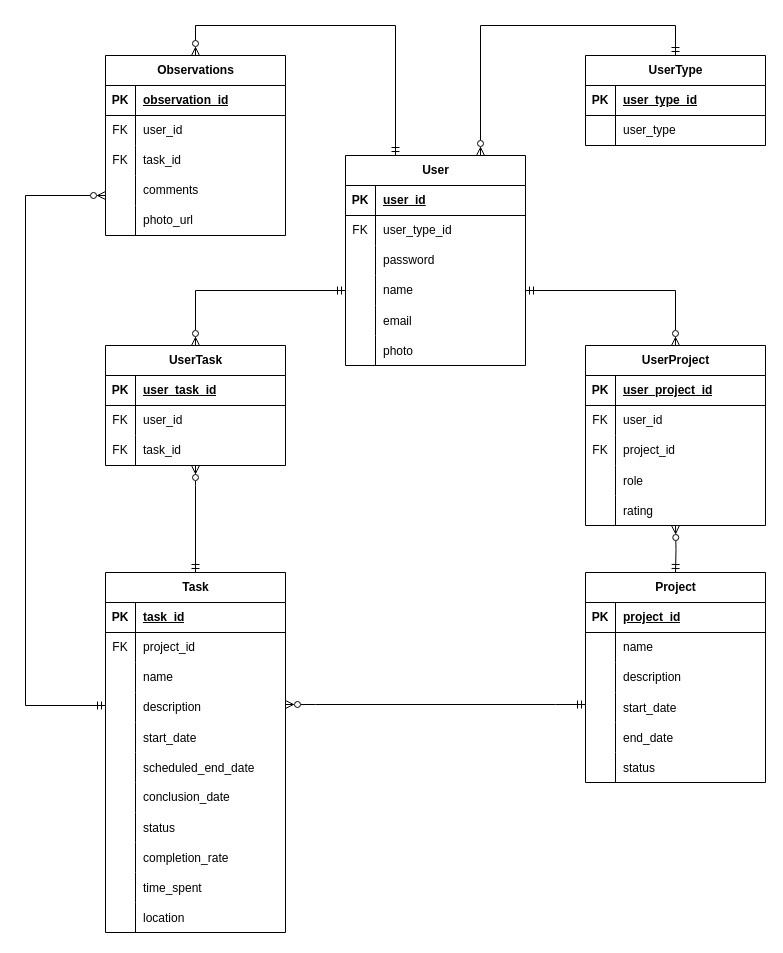
Earlier version of the draw.io diagram docs/ER Diagram.drawio (vitorhmina/TaskMaster-API). Source tidied: cells renumbered, new cells numbered last; positions are measured from the earlier drawing's top-left corner, leaving out a move shared by most shapes. Both pictures are drawn from the tidied source at 100%, with x=0, y=0 at pixel (25, 25).
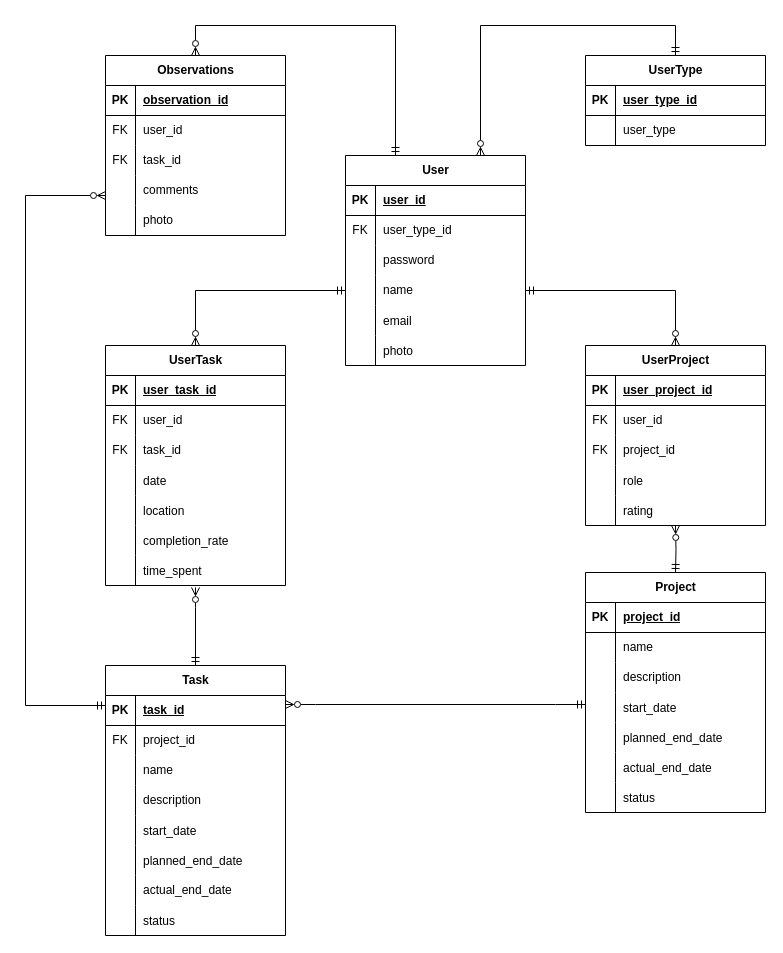
Above is the later version.

Unchanged cells that the change refers to:
```xml
<mxCell id="63" style="shape=tableRow;horizontal=0;startSize=0;swimlaneHead=0;swimlaneBody=0;fillColor=none;top=0;left=0;right=0;bottom=0;" parent="47" vertex="1">
  <mxGeometry y="180" width="180" height="30" as="geometry" />
</mxCell>
<mxCell id="66" style="shape=tableRow;horizontal=0;startSize=0;swimlaneHead=0;swimlaneBody=0;fillColor=none;top=0;left=0;right=0;bottom=0;" parent="47" vertex="1">
  <mxGeometry y="210" width="180" height="30" as="geometry" />
</mxCell>
<mxCell id="120" style="shape=tableRow;horizontal=0;startSize=0;swimlaneHead=0;swimlaneBody=0;fillColor=none;top=0;left=0;right=0;bottom=0;" parent="107" vertex="1">
  <mxGeometry y="150" width="180" height="30" as="geometry" />
</mxCell>
```

The edit, as a diff of the source:
```diff
@@
     <mxCell id="28" value="Project" style="shape=table;startSize=30;childLayout=tableLayout;rowLines=0;fontStyle=1;align=center;html=1;" parent="1" vertex="1">
-      <mxGeometry x="560" y="547" width="180" height="210" as="geometry" />
+      <mxGeometry x="560" y="547" width="180" height="240" as="geometry" />
     </mxCell>
@@
+    <mxCell id="131" style="shape=tableRow;horizontal=0;startSize=0;swimlaneHead=0;swimlaneBody=0;fillColor=none;top=0;left=0;right=0;bottom=0;" parent="28" vertex="1">
+      <mxGeometry y="150" width="180" height="30" as="geometry" />
+    </mxCell>
+    <mxCell id="132" style="shape=partialRectangle;fillColor=none;top=0;left=0;bottom=0;right=0;overflow=hidden;" parent="131" vertex="1">
+      <mxGeometry width="30" height="30" as="geometry" />
+    </mxCell>
+    <mxCell id="133" value="planned_end_date" style="shape=partialRectangle;fillColor=none;top=0;left=0;bottom=0;right=0;align=left;spacingLeft=6;overflow=hidden;" parent="131" vertex="1">
+      <mxGeometry x="30" width="150" height="30" as="geometry" />
+    </mxCell>
     <mxCell id="41" style="shape=tableRow;horizontal=0;startSize=0;swimlaneHead=0;swimlaneBody=0;fillColor=none;top=0;left=0;right=0;bottom=0;" parent="28" vertex="1">
-      <mxGeometry y="150" width="180" height="30" as="geometry" />
+      <mxGeometry y="180" width="180" height="30" as="geometry" />
     </mxCell>
@@
-    <mxCell id="43" value="end_date" style="shape=partialRectangle;fillColor=none;top=0;left=0;bottom=0;right=0;align=left;spacingLeft=6;overflow=hidden;" parent="41" vertex="1">
+    <mxCell id="43" value="actual_end_date" style="shape=partialRectangle;fillColor=none;top=0;left=0;bottom=0;right=0;align=left;spacingLeft=6;overflow=hidden;" parent="41" vertex="1">
       <mxGeometry x="30" width="150" height="30" as="geometry" />
     </mxCell>
     <mxCell id="44" style="shape=tableRow;horizontal=0;startSize=0;swimlaneHead=0;swimlaneBody=0;fillColor=none;top=0;left=0;right=0;bottom=0;" parent="28" vertex="1">
-      <mxGeometry y="180" width="180" height="30" as="geometry" />
+      <mxGeometry y="210" width="180" height="30" as="geometry" />
     </mxCell>
@@
     <mxCell id="47" value="Task" style="shape=table;startSize=30;childLayout=tableLayout;rowLines=0;fontStyle=1;align=center;html=1;" parent="1" vertex="1">
-      <mxGeometry x="80" y="547" width="180" height="360" as="geometry" />
+      <mxGeometry x="80" y="640" width="180" height="270" as="geometry" />
     </mxCell>
@@
-    <mxCell id="65" value="scheduled_end_date" style="shape=partialRectangle;fillColor=none;top=0;left=0;bottom=0;right=0;align=left;spacingLeft=6;overflow=hidden;" parent="63" vertex="1">
+    <mxCell id="65" value="planned_end_date" style="shape=partialRectangle;fillColor=none;top=0;left=0;bottom=0;right=0;align=left;spacingLeft=6;overflow=hidden;" parent="63" vertex="1">
       <mxGeometry x="30" width="150" height="30" as="geometry" />
     </mxCell>
@@
-    <mxCell id="68" value="conclusion_date" style="shape=partialRectangle;fillColor=none;top=0;left=0;bottom=0;right=0;align=left;spacingLeft=6;overflow=hidden;whiteSpace=wrap;html=1;" parent="66" vertex="1">
+    <mxCell id="68" value="actual_end_date" style="shape=partialRectangle;fillColor=none;top=0;left=0;bottom=0;right=0;align=left;spacingLeft=6;overflow=hidden;whiteSpace=wrap;html=1;" parent="66" vertex="1">
       <mxGeometry x="30" width="150" height="30" as="geometry" />
     </mxCell>
@@
-    <mxCell id="72" style="shape=tableRow;horizontal=0;startSize=0;swimlaneHead=0;swimlaneBody=0;fillColor=none;top=0;left=0;right=0;bottom=0;" parent="47" vertex="1">
-      <mxGeometry y="270" width="180" height="30" as="geometry" />
-    </mxCell>
-    <mxCell id="73" style="shape=partialRectangle;fillColor=none;top=0;left=0;bottom=0;right=0;overflow=hidden;" parent="72" vertex="1">
-      <mxGeometry width="30" height="30" as="geometry" />
-    </mxCell>
-    <mxCell id="74" value="completion_rate" style="shape=partialRectangle;fillColor=none;top=0;left=0;bottom=0;right=0;align=left;spacingLeft=6;overflow=hidden;" parent="72" vertex="1">
-      <mxGeometry x="30" width="150" height="30" as="geometry" />
-    </mxCell>
-    <mxCell id="75" style="shape=tableRow;horizontal=0;startSize=0;swimlaneHead=0;swimlaneBody=0;fillColor=none;top=0;left=0;right=0;bottom=0;" parent="47" vertex="1">
-      <mxGeometry y="300" width="180" height="30" as="geometry" />
-    </mxCell>
-    <mxCell id="76" style="shape=partialRectangle;fillColor=none;top=0;left=0;bottom=0;right=0;overflow=hidden;" parent="75" vertex="1">
-      <mxGeometry width="30" height="30" as="geometry" />
-    </mxCell>
-    <mxCell id="77" value="time_spent" style="shape=partialRectangle;fillColor=none;top=0;left=0;bottom=0;right=0;align=left;spacingLeft=6;overflow=hidden;" parent="75" vertex="1">
-      <mxGeometry x="30" width="150" height="30" as="geometry" />
-    </mxCell>
-    <mxCell id="78" style="shape=tableRow;horizontal=0;startSize=0;swimlaneHead=0;swimlaneBody=0;fillColor=none;top=0;left=0;right=0;bottom=0;" parent="47" vertex="1">
-      <mxGeometry y="330" width="180" height="30" as="geometry" />
-    </mxCell>
-    <mxCell id="79" style="shape=partialRectangle;fillColor=none;top=0;left=0;bottom=0;right=0;overflow=hidden;" parent="78" vertex="1">
-      <mxGeometry width="30" height="30" as="geometry" />
-    </mxCell>
-    <mxCell id="80" value="location" style="shape=partialRectangle;fillColor=none;top=0;left=0;bottom=0;right=0;align=left;spacingLeft=6;overflow=hidden;" parent="78" vertex="1">
-      <mxGeometry x="30" width="150" height="30" as="geometry" />
-    </mxCell>
     <mxCell id="81" value="UserTask" style="shape=table;startSize=30;childLayout=tableLayout;rowLines=0;fontStyle=1;align=center;html=1;" parent="1" vertex="1">
-      <mxGeometry x="80" y="320" width="180" height="120" as="geometry" />
+      <mxGeometry x="80" y="320" width="180" height="240" as="geometry" />
     </mxCell>
@@
+    <mxCell id="134" style="shape=tableRow;horizontal=0;startSize=0;swimlaneHead=0;swimlaneBody=0;fillColor=none;top=0;left=0;right=0;bottom=0;" parent="81" vertex="1">
+      <mxGeometry y="120" width="180" height="30" as="geometry" />
+    </mxCell>
+    <mxCell id="135" style="shape=partialRectangle;fillColor=none;top=0;left=0;bottom=0;right=0;overflow=hidden;" parent="134" vertex="1">
+      <mxGeometry width="30" height="30" as="geometry" />
+    </mxCell>
+    <mxCell id="136" value="date" style="shape=partialRectangle;fillColor=none;top=0;left=0;bottom=0;right=0;align=left;spacingLeft=6;overflow=hidden;" parent="134" vertex="1">
+      <mxGeometry x="30" width="150" height="30" as="geometry" />
+    </mxCell>
+    <mxCell id="137" style="shape=tableRow;horizontal=0;startSize=0;swimlaneHead=0;swimlaneBody=0;fillColor=none;top=0;left=0;right=0;bottom=0;" parent="81" vertex="1">
+      <mxGeometry y="150" width="180" height="30" as="geometry" />
+    </mxCell>
+    <mxCell id="138" style="shape=partialRectangle;fillColor=none;top=0;left=0;bottom=0;right=0;overflow=hidden;" parent="137" vertex="1">
+      <mxGeometry width="30" height="30" as="geometry" />
+    </mxCell>
+    <mxCell id="80" value="location" style="shape=partialRectangle;fillColor=none;top=0;left=0;bottom=0;right=0;align=left;spacingLeft=6;overflow=hidden;" parent="137" vertex="1">
+      <mxGeometry x="30" width="150" height="30" as="geometry" />
+    </mxCell>
+    <mxCell id="139" style="shape=tableRow;horizontal=0;startSize=0;swimlaneHead=0;swimlaneBody=0;fillColor=none;top=0;left=0;right=0;bottom=0;" parent="81" vertex="1">
+      <mxGeometry y="180" width="180" height="30" as="geometry" />
+    </mxCell>
+    <mxCell id="140" style="shape=partialRectangle;fillColor=none;top=0;left=0;bottom=0;right=0;overflow=hidden;" parent="139" vertex="1">
+      <mxGeometry width="30" height="30" as="geometry" />
+    </mxCell>
+    <mxCell id="74" value="completion_rate" style="shape=partialRectangle;fillColor=none;top=0;left=0;bottom=0;right=0;align=left;spacingLeft=6;overflow=hidden;" parent="139" vertex="1">
+      <mxGeometry x="30" width="150" height="30" as="geometry" />
+    </mxCell>
+    <mxCell id="141" style="shape=tableRow;horizontal=0;startSize=0;swimlaneHead=0;swimlaneBody=0;fillColor=none;top=0;left=0;right=0;bottom=0;" parent="81" vertex="1">
+      <mxGeometry y="210" width="180" height="30" as="geometry" />
+    </mxCell>
+    <mxCell id="142" style="shape=partialRectangle;fillColor=none;top=0;left=0;bottom=0;right=0;overflow=hidden;" parent="141" vertex="1">
+      <mxGeometry width="30" height="30" as="geometry" />
+    </mxCell>
+    <mxCell id="77" value="time_spent" style="shape=partialRectangle;fillColor=none;top=0;left=0;bottom=0;right=0;align=left;spacingLeft=6;overflow=hidden;" parent="141" vertex="1">
+      <mxGeometry x="30" width="150" height="30" as="geometry" />
+    </mxCell>
@@
-    <mxCell id="122" value="photo_url" style="shape=partialRectangle;fillColor=none;top=0;left=0;bottom=0;right=0;align=left;spacingLeft=6;overflow=hidden;whiteSpace=wrap;html=1;" parent="120" vertex="1">
+    <mxCell id="122" value="photo" style="shape=partialRectangle;fillColor=none;top=0;left=0;bottom=0;right=0;align=left;spacingLeft=6;overflow=hidden;whiteSpace=wrap;html=1;" parent="120" vertex="1">
       <mxGeometry x="30" width="150" height="30" as="geometry" />
     </mxCell>
@@
-    <mxCell id="125" style="edgeStyle=orthogonalEdgeStyle;fontSize=12;html=1;endArrow=ERzeroToMany;endFill=0;startArrow=ERmandOne;rounded=0;exitX=0.5;exitY=0;exitDx=0;exitDy=0;startFill=0;" parent="1" edge="1" source="47">
+    <mxCell id="125" style="edgeStyle=orthogonalEdgeStyle;fontSize=12;html=1;endArrow=ERzeroToMany;endFill=0;startArrow=ERmandOne;rounded=0;startFill=0;" parent="1" edge="1">
       <mxGeometry relative="1" as="geometry">
-        <mxPoint x="170" y="440" as="targetPoint" />
+        <mxPoint x="170" y="640" as="sourcePoint" />
+        <mxPoint x="170" y="562" as="targetPoint" />
         <Array as="points">
-          <mxPoint x="170" y="460" />
-          <mxPoint x="170" y="460" />
+          <mxPoint x="170" y="582" />
+          <mxPoint x="170" y="582" />
         </Array>
       </mxGeometry>
     </mxCell>
```
